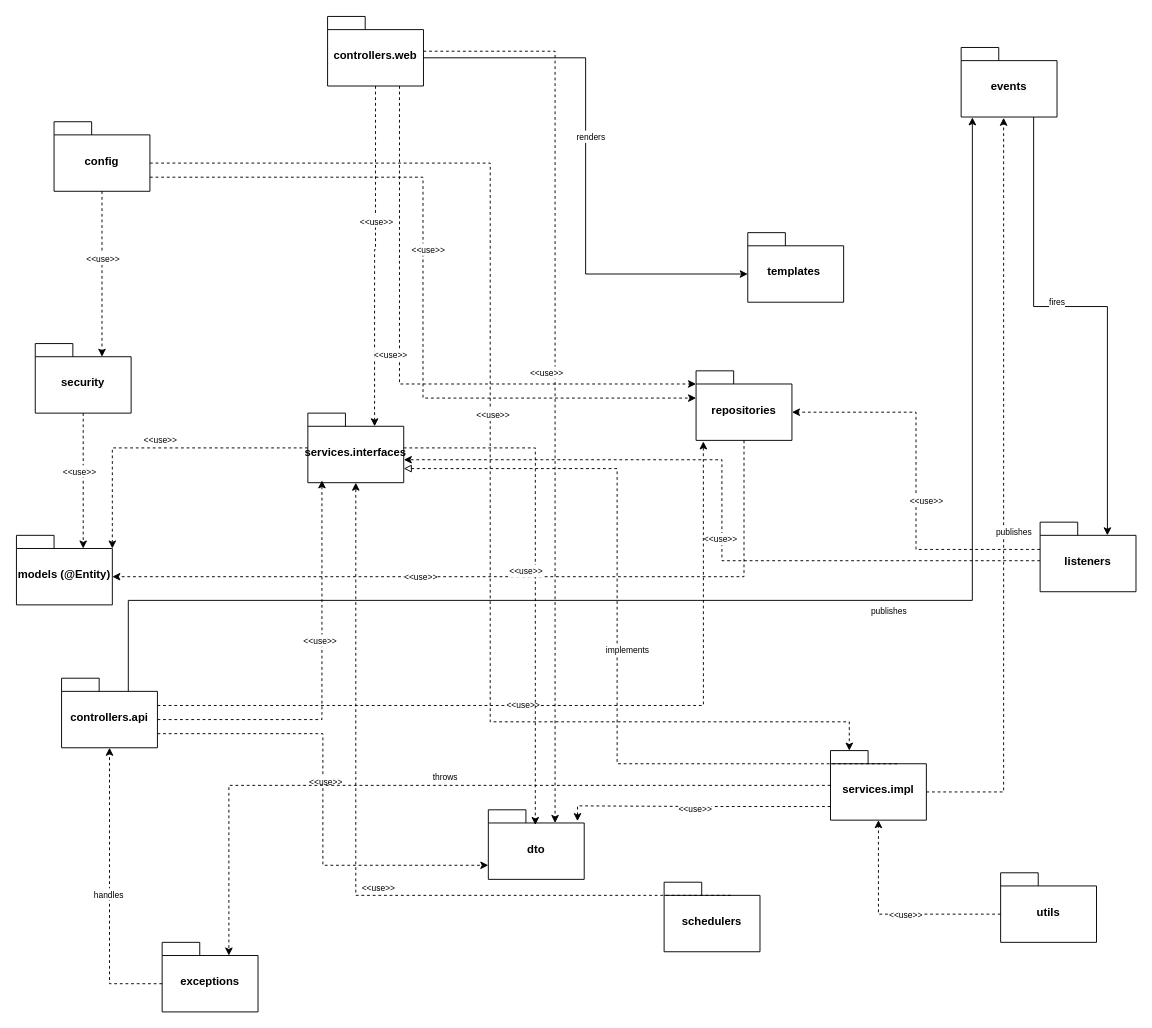
Before: 07-Reports/package_corrected.drawio in NguyenNgoc6/HoaNien, a draw.io diagram. Source tidied: cells renumbered, new cells numbered last; positions are measured from the earlier drawing's top-left corner, leaving out a move shared by most shapes. Both pictures are drawn from the tidied source at 94%, with x=0, y=0 at pixel (16, 16).
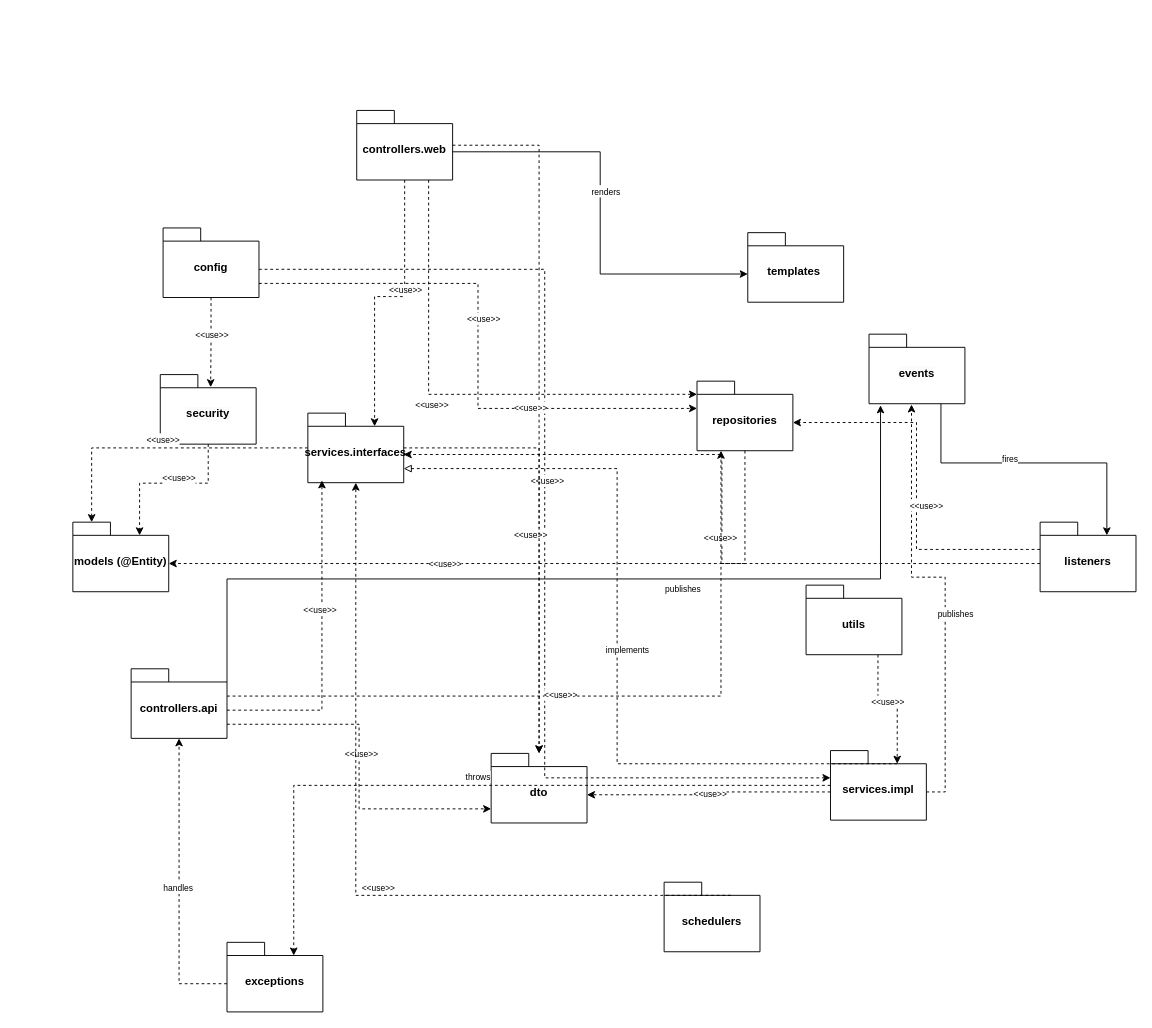
The same page after the edit.

The change refers to these unchanged cells:
```xml
<mxCell id="4" value="&lt;span style=&quot;white-space: nowrap;&quot;&gt;services.interfaces&lt;/span&gt;" style="shape=folder;fontStyle=1;spacingTop=10;tabWidth=40;tabHeight=14;tabPosition=left;html=1;whiteSpace=wrap;" parent="1" vertex="1">
  <mxGeometry x="310" y="422" width="102" height="74" as="geometry" />
</mxCell>
<mxCell id="11" value="&lt;span style=&quot;white-space: nowrap;&quot;&gt;services.impl&lt;/span&gt;" style="shape=folder;fontStyle=1;spacingTop=10;tabWidth=40;tabHeight=14;tabPosition=left;html=1;whiteSpace=wrap;" parent="1" vertex="1">
  <mxGeometry x="866" y="781" width="102" height="74" as="geometry" />
</mxCell>
<mxCell id="13" value="&lt;span style=&quot;white-space: nowrap; background-color: rgb(251, 251, 251);&quot;&gt;listeners&lt;/span&gt;" style="shape=folder;fontStyle=1;spacingTop=10;tabWidth=40;tabHeight=14;tabPosition=left;html=1;whiteSpace=wrap;" parent="1" vertex="1">
  <mxGeometry x="1089" y="538" width="102" height="74" as="geometry" />
</mxCell>
```

The edit, as a diff of the source:
```diff
@@
     <mxCell id="2" value="&lt;span style=&quot;white-space: nowrap;&quot;&gt;config&lt;/span&gt;" style="shape=folder;fontStyle=1;spacingTop=10;tabWidth=40;tabHeight=14;tabPosition=left;html=1;whiteSpace=wrap;" parent="1" vertex="1">
-      <mxGeometry x="40" y="112" width="102" height="74" as="geometry" />
+      <mxGeometry x="156" y="225" width="102" height="74" as="geometry" />
     </mxCell>
     <mxCell id="3" value="&lt;span style=&quot;white-space: nowrap;&quot;&gt;controllers.web&lt;/span&gt;" style="shape=folder;fontStyle=1;spacingTop=10;tabWidth=40;tabHeight=14;tabPosition=left;html=1;whiteSpace=wrap;" parent="1" vertex="1">
-      <mxGeometry x="331" width="102" height="74" as="geometry" />
+      <mxGeometry x="362" y="100" width="102" height="74" as="geometry" />
     </mxCell>
@@
     <mxCell id="5" value="&lt;span style=&quot;white-space: nowrap;&quot;&gt;repositories&lt;/span&gt;" style="shape=folder;fontStyle=1;spacingTop=10;tabWidth=40;tabHeight=14;tabPosition=left;html=1;whiteSpace=wrap;" parent="1" vertex="1">
-      <mxGeometry x="723" y="377" width="102" height="74" as="geometry" />
+      <mxGeometry x="724" y="388" width="102" height="74" as="geometry" />
     </mxCell>
     <mxCell id="6" value="&lt;span style=&quot;white-space: nowrap;&quot;&gt;models (@Entity)&lt;/span&gt;" style="shape=folder;fontStyle=1;spacingTop=10;tabWidth=40;tabHeight=14;tabPosition=left;html=1;whiteSpace=wrap;" parent="1" vertex="1">
-      <mxGeometry y="552" width="102" height="74" as="geometry" />
+      <mxGeometry x="60" y="538" width="102" height="74" as="geometry" />
     </mxCell>
@@
     <mxCell id="8" value="&lt;span style=&quot;white-space: nowrap;&quot;&gt;exceptions&lt;/span&gt;" style="shape=folder;fontStyle=1;spacingTop=10;tabWidth=40;tabHeight=14;tabPosition=left;html=1;whiteSpace=wrap;" parent="1" vertex="1">
-      <mxGeometry x="155" y="985" width="102" height="74" as="geometry" />
+      <mxGeometry x="224" y="985" width="102" height="74" as="geometry" />
     </mxCell>
     <mxCell id="9" value="utils" style="shape=folder;fontStyle=1;spacingTop=10;tabWidth=40;tabHeight=14;tabPosition=left;html=1;whiteSpace=wrap;" parent="1" vertex="1">
-      <mxGeometry x="1047" y="911" width="102" height="74" as="geometry" />
+      <mxGeometry x="840" y="605" width="102" height="74" as="geometry" />
     </mxCell>
@@
     <mxCell id="12" value="&lt;span style=&quot;white-space: nowrap;&quot;&gt;controllers.api&lt;/span&gt;" style="shape=folder;fontStyle=1;spacingTop=10;tabWidth=40;tabHeight=14;tabPosition=left;html=1;whiteSpace=wrap;" parent="1" vertex="1">
-      <mxGeometry x="48" y="704" width="102" height="74" as="geometry" />
+      <mxGeometry x="122" y="694" width="102" height="74" as="geometry" />
     </mxCell>
@@
     <mxCell id="14" value="&lt;span style=&quot;white-space: nowrap; background-color: rgb(251, 251, 251);&quot;&gt;security&lt;/span&gt;" style="shape=folder;fontStyle=1;spacingTop=10;tabWidth=40;tabHeight=14;tabPosition=left;html=1;whiteSpace=wrap;" parent="1" vertex="1">
-      <mxGeometry x="20" y="348" width="102" height="74" as="geometry" />
+      <mxGeometry x="153" y="381" width="102" height="74" as="geometry" />
     </mxCell>
     <mxCell id="15" value="&lt;span style=&quot;white-space: nowrap; background-color: rgb(251, 251, 251);&quot;&gt;dto&lt;/span&gt;" style="shape=folder;fontStyle=1;spacingTop=10;tabWidth=40;tabHeight=14;tabPosition=left;html=1;whiteSpace=wrap;" parent="1" vertex="1">
-      <mxGeometry x="502" y="844" width="102" height="74" as="geometry" />
+      <mxGeometry x="505" y="784" width="102" height="74" as="geometry" />
     </mxCell>
     <mxCell id="16" value="&lt;span style=&quot;white-space: nowrap; background-color: rgb(251, 251, 251);&quot;&gt;events&lt;/span&gt;" style="shape=folder;fontStyle=1;spacingTop=10;tabWidth=40;tabHeight=14;tabPosition=left;html=1;whiteSpace=wrap;" parent="1" vertex="1">
-      <mxGeometry x="1005" y="33" width="102" height="74" as="geometry" />
+      <mxGeometry x="907" y="338" width="102" height="74" as="geometry" />
     </mxCell>
@@
-    <mxCell id="19" style="edgeStyle=orthogonalEdgeStyle;rounded=0;jettySize=auto;html=1;exitX=0;exitY=0;exitDx=71;exitDy=14;exitPerimeter=0;entryX=0.117;entryY=1.005;entryDx=0;entryDy=0;entryPerimeter=0;" parent="1" edge="1" source="12" target="16">
+    <mxCell id="19" style="edgeStyle=orthogonalEdgeStyle;rounded=0;jettySize=auto;html=1;exitX=0;exitY=0;exitDx=102;exitDy=14;exitPerimeter=0;entryX=0.12;entryY=1.023;entryDx=0;entryDy=0;entryPerimeter=0;" parent="1" edge="1" source="12" target="16">
       <mxGeometry relative="1" as="geometry">
         <Array as="points">
-          <mxPoint x="119" y="621.2" />
-          <mxPoint x="1016.9" y="621.2" />
+          <mxPoint x="224" y="598.4" />
+          <mxPoint x="919.1" y="598.4" />
         </Array>
       </mxGeometry>
     </mxCell>
@@
-    <mxCell id="21" style="edgeStyle=orthogonalEdgeStyle;rounded=0;jettySize=auto;html=1;exitX=0.5;exitY=1;exitDx=0;exitDy=0;exitPerimeter=0;dashed=1;entryX=0;entryY=0;entryDx=71;entryDy=14;entryPerimeter=0;" parent="1" edge="1" source="2" target="14">
-      <mxGeometry relative="1" as="geometry" />
+    <mxCell id="21" style="edgeStyle=orthogonalEdgeStyle;rounded=0;jettySize=auto;html=1;exitX=0.5;exitY=1;exitDx=0;exitDy=0;exitPerimeter=0;dashed=1;" parent="1" edge="1" source="2">
+      <mxGeometry relative="1" as="geometry">
+        <mxPoint x="206.6" y="394.4" as="targetPoint" />
+      </mxGeometry>
     </mxCell>
@@
-    <mxCell id="33" style="edgeStyle=orthogonalEdgeStyle;rounded=0;jettySize=auto;html=1;exitX=0;exitY=0;exitDx=0;exitDy=44;exitPerimeter=0;dashed=1;entryX=0.93;entryY=0.163;entryDx=0;entryDy=0;entryPerimeter=0;" parent="1" edge="1" target="15">
-      <mxGeometry relative="1" as="geometry">
-        <mxPoint x="866" y="840.5" as="sourcePoint" />
-        <Array as="points">
-          <mxPoint x="737" y="840.5" />
-          <mxPoint x="596.9" y="839.8" />
-        </Array>
-      </mxGeometry>
+    <mxCell id="33" style="edgeStyle=orthogonalEdgeStyle;rounded=0;jettySize=auto;html=1;exitX=0;exitY=0;exitDx=0;exitDy=44;exitPerimeter=0;entryX=0;entryY=0;entryDx=102;entryDy=44;entryPerimeter=0;dashed=1;" parent="1" edge="1" source="11" target="15">
+      <mxGeometry relative="1" as="geometry" />
     </mxCell>
@@
-    <mxCell id="37" style="edgeStyle=orthogonalEdgeStyle;rounded=0;orthogonalLoop=1;jettySize=auto;html=1;entryX=0;entryY=0;entryDx=20;entryDy=0;entryPerimeter=0;exitX=0.75;exitY=1;exitDx=0;exitDy=0;exitPerimeter=0;" parent="1" edge="1">
-      <mxGeometry relative="1" as="geometry">
-        <mxPoint x="1082.1" y="107" as="sourcePoint" />
-        <mxPoint x="1160.6" y="552" as="targetPoint" />
-        <Array as="points">
-          <mxPoint x="1082.1" y="308.6" />
-          <mxPoint x="1160.6" y="308.6" />
-        </Array>
-      </mxGeometry>
+    <mxCell id="37" style="edgeStyle=orthogonalEdgeStyle;rounded=0;jettySize=auto;html=1;exitX=0.75;exitY=1;exitDx=0;exitDy=0;exitPerimeter=0;entryX=0;entryY=0;entryDx=71;entryDy=14;entryPerimeter=0;" parent="1" edge="1" source="16" target="13">
+      <mxGeometry relative="1" as="geometry" />
     </mxCell>
@@
-    <mxCell id="39" style="edgeStyle=orthogonalEdgeStyle;rounded=0;jettySize=auto;html=1;exitX=0;exitY=0;exitDx=0;exitDy=44;exitPerimeter=0;dashed=1;entryX=1.001;entryY=0.67;entryDx=0;entryDy=0;entryPerimeter=0;" parent="1" edge="1" target="4">
-      <mxGeometry relative="1" as="geometry">
-        <mxPoint x="1089" y="579" as="sourcePoint" />
-        <Array as="points">
-          <mxPoint x="750.5" y="579" />
-          <mxPoint x="750.5" y="471.6" />
-        </Array>
-      </mxGeometry>
+    <mxCell id="39" style="edgeStyle=orthogonalEdgeStyle;rounded=0;jettySize=auto;html=1;exitX=0;exitY=0;exitDx=0;exitDy=44;exitPerimeter=0;entryX=0;entryY=0;entryDx=102;entryDy=44;entryPerimeter=0;dashed=1;" parent="1" edge="1" source="13" target="4">
+      <mxGeometry relative="1" as="geometry" />
     </mxCell>
@@
-    <mxCell id="45" style="edgeStyle=orthogonalEdgeStyle;rounded=0;jettySize=auto;html=1;exitX=0;exitY=0;exitDx=102;exitDy=44;exitPerimeter=0;entryX=0;entryY=0;entryDx=20;entryDy=0;entryPerimeter=0;dashed=1;" parent="1" edge="1" source="2" target="11">
-      <mxGeometry relative="1" as="geometry">
-        <Array as="points">
-          <mxPoint x="504" y="156.1" />
-          <mxPoint x="504" y="750.4" />
-          <mxPoint x="886" y="750.4" />
-        </Array>
-      </mxGeometry>
+    <mxCell id="45" style="edgeStyle=orthogonalEdgeStyle;rounded=0;jettySize=auto;html=1;exitX=0;exitY=0;exitDx=102;exitDy=44;exitPerimeter=0;entryX=0;entryY=0;entryDx=0;entryDy=29;entryPerimeter=0;dashed=1;" parent="1" edge="1" source="2" target="11">
+      <mxGeometry relative="1" as="geometry" />
     </mxCell>
@@
     <mxCell id="47" style="edgeStyle=orthogonalEdgeStyle;rounded=0;jettySize=auto;html=1;exitX=0.5;exitY=1;exitDx=0;exitDy=0;exitPerimeter=0;entryX=0;entryY=0;entryDx=102;entryDy=44;entryPerimeter=0;dashed=1;" parent="1" edge="1" source="5" target="6">
-      <mxGeometry relative="1" as="geometry">
-        <Array as="points">
-          <mxPoint x="774" y="596" />
-        </Array>
-      </mxGeometry>
+      <mxGeometry relative="1" as="geometry" />
     </mxCell>
@@
-    <mxCell id="49" style="edgeStyle=orthogonalEdgeStyle;rounded=0;jettySize=auto;html=1;exitX=0;exitY=0;exitDx=0;exitDy=44;exitPerimeter=0;entryX=0.5;entryY=1;entryDx=0;entryDy=0;entryPerimeter=0;dashed=1;" parent="1" edge="1" source="9" target="11">
+    <mxCell id="49" style="edgeStyle=orthogonalEdgeStyle;rounded=0;jettySize=auto;html=1;exitX=0.75;exitY=1;exitDx=0;exitDy=0;exitPerimeter=0;entryX=0;entryY=0;entryDx=71;entryDy=14;entryPerimeter=0;dashed=1;" parent="1" edge="1" source="9" target="11">
       <mxGeometry relative="1" as="geometry" />
     </mxCell>
@@
-    <mxCell id="51" style="edgeStyle=orthogonalEdgeStyle;rounded=0;jettySize=auto;html=1;exitX=0;exitY=0;exitDx=102;exitDy=29;exitPerimeter=0;entryX=0.076;entryY=1.015;entryDx=0;entryDy=0;entryPerimeter=0;dashed=1;" parent="1" edge="1" source="12" target="5">
+    <mxCell id="51" style="edgeStyle=orthogonalEdgeStyle;rounded=0;jettySize=auto;html=1;exitX=0;exitY=0;exitDx=102;exitDy=29;exitPerimeter=0;entryX=0.25;entryY=1;entryDx=0;entryDy=0;entryPerimeter=0;dashed=1;" parent="1" edge="1" source="12" target="5">
       <mxGeometry relative="1" as="geometry" />
     </mxCell>
@@
-    <mxCell id="61" style="edgeStyle=orthogonalEdgeStyle;rounded=0;jettySize=auto;html=1;dashed=1;entryX=0;entryY=0;entryDx=102;entryDy=14;entryPerimeter=0;" parent="1" edge="1" source="4" target="6">
-      <mxGeometry relative="1" as="geometry">
-        <Array as="points">
-          <mxPoint x="102" y="459" />
-        </Array>
-      </mxGeometry>
+    <mxCell id="61" style="edgeStyle=orthogonalEdgeStyle;rounded=0;jettySize=auto;html=1;dashed=1;entryX=0;entryY=0;entryDx=20;entryDy=0;entryPerimeter=0;" parent="1" edge="1" source="4" target="6">
+      <mxGeometry relative="1" as="geometry" />
     </mxCell>
@@
-    <mxCell id="63" style="edgeStyle=orthogonalEdgeStyle;rounded=0;jettySize=auto;html=1;dashed=1;entryX=0.49;entryY=0.218;entryDx=0;entryDy=0;entryPerimeter=0;" parent="1" edge="1" source="4" target="15">
+    <mxCell id="63" style="edgeStyle=orthogonalEdgeStyle;rounded=0;jettySize=auto;html=1;dashed=1;" parent="1" edge="1" source="4" target="15">
       <mxGeometry relative="1" as="geometry" />
     </mxCell>
@@
-    <mxCell id="65" style="edgeStyle=orthogonalEdgeStyle;rounded=0;jettySize=auto;html=1;dashed=1;entryX=0;entryY=0;entryDx=71;entryDy=14;entryPerimeter=0;" parent="1" edge="1" source="3" target="15">
+    <mxCell id="65" style="edgeStyle=orthogonalEdgeStyle;rounded=0;jettySize=auto;html=1;dashed=1;" parent="1" edge="1" source="3" target="15">
       <mxGeometry relative="1" as="geometry" />
     </mxCell>
```
